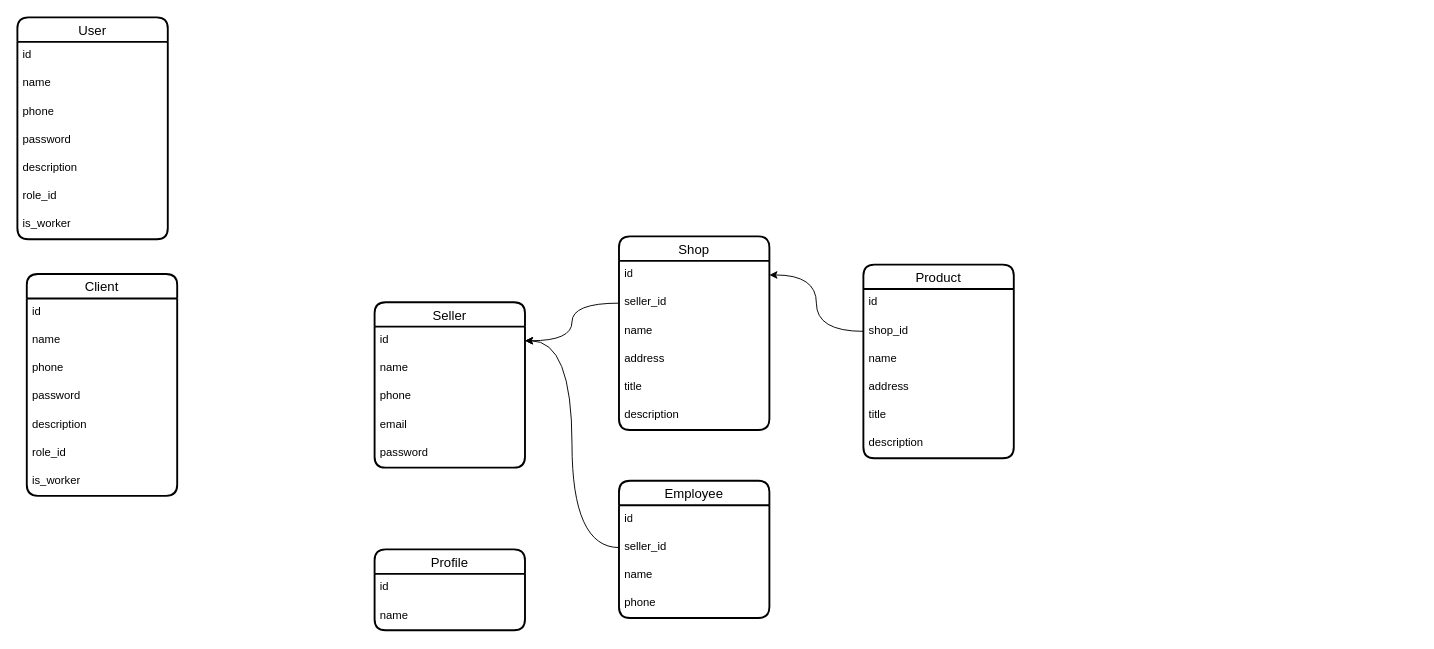
Earlier version of the draw.io diagram karsoft-e-commerce.drawio (iztileuoff/databases). Source tidied: cells renumbered, new cells numbered last; positions are measured from the earlier drawing's top-left corner, leaving out a move shared by most shapes. Both pictures are drawn from the tidied source at 94%, with x=0, y=0 at pixel (17, 17).
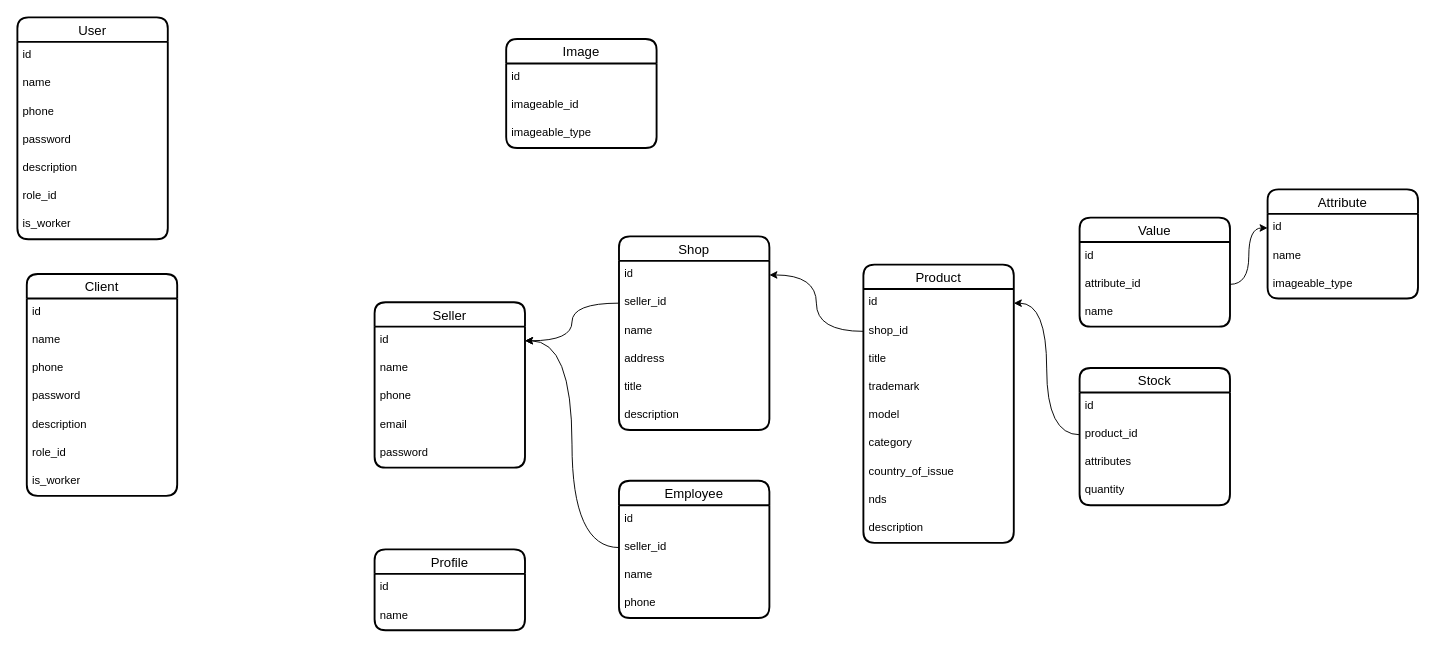
Above is the later version.

Unchanged cells that the change refers to:
```xml
<mxCell id="42" value="id" style="text;strokeColor=none;fillColor=none;spacingLeft=4;spacingRight=4;overflow=hidden;points=[[0,0.5],[1,0.5]];portConstraint=eastwest;fontSize=12;whiteSpace=wrap;html=1;" parent="41" vertex="1">
  <mxGeometry y="26" width="160" height="30" as="geometry" />
</mxCell>
```

Change to the diagram source:
```diff
@@
     <mxCell id="41" value="Product" style="swimlane;fontStyle=0;horizontal=1;startSize=26;align=center;fontSize=14;strokeWidth=2;rounded=1;shadow=0;glass=0;swimlaneLine=1;" parent="1" vertex="1">
-      <mxGeometry x="900" y="263" width="160" height="206" as="geometry" />
+      <mxGeometry x="900" y="263" width="160" height="296" as="geometry" />
     </mxCell>
@@
-    <mxCell id="44" value="name" style="text;strokeColor=none;fillColor=none;spacingLeft=4;spacingRight=4;overflow=hidden;fontSize=12;whiteSpace=wrap;html=1;" parent="41" vertex="1">
+    <mxCell id="44" value="title" style="text;strokeColor=none;fillColor=none;spacingLeft=4;spacingRight=4;overflow=hidden;fontSize=12;whiteSpace=wrap;html=1;" parent="41" vertex="1">
       <mxGeometry y="86" width="160" height="30" as="geometry" />
     </mxCell>
-    <mxCell id="45" value="address" style="text;strokeColor=none;fillColor=none;spacingLeft=4;spacingRight=4;overflow=hidden;fontSize=12;whiteSpace=wrap;html=1;" parent="41" vertex="1">
+    <mxCell id="45" value="trademark" style="text;strokeColor=none;fillColor=none;spacingLeft=4;spacingRight=4;overflow=hidden;fontSize=12;whiteSpace=wrap;html=1;" parent="41" vertex="1">
       <mxGeometry y="116" width="160" height="30" as="geometry" />
     </mxCell>
-    <mxCell id="46" value="title" style="text;strokeColor=none;fillColor=none;spacingLeft=4;spacingRight=4;overflow=hidden;fontSize=12;whiteSpace=wrap;html=1;" parent="41" vertex="1">
+    <mxCell id="46" value="model" style="text;strokeColor=none;fillColor=none;spacingLeft=4;spacingRight=4;overflow=hidden;fontSize=12;whiteSpace=wrap;html=1;" parent="41" vertex="1">
       <mxGeometry y="146" width="160" height="30" as="geometry" />
     </mxCell>
-    <mxCell id="47" value="description" style="text;strokeColor=none;fillColor=none;spacingLeft=4;spacingRight=4;overflow=hidden;fontSize=12;whiteSpace=wrap;html=1;" parent="41" vertex="1">
+    <mxCell id="47" value="category" style="text;strokeColor=none;fillColor=none;spacingLeft=4;spacingRight=4;overflow=hidden;fontSize=12;whiteSpace=wrap;html=1;" parent="41" vertex="1">
       <mxGeometry y="176" width="160" height="30" as="geometry" />
     </mxCell>
+    <mxCell id="49" value="country_of_issue" style="text;strokeColor=none;fillColor=none;spacingLeft=4;spacingRight=4;overflow=hidden;fontSize=12;whiteSpace=wrap;html=1;" parent="41" vertex="1">
+      <mxGeometry y="206" width="160" height="30" as="geometry" />
+    </mxCell>
+    <mxCell id="50" value="nds" style="text;strokeColor=none;fillColor=none;spacingLeft=4;spacingRight=4;overflow=hidden;fontSize=12;whiteSpace=wrap;html=1;" parent="41" vertex="1">
+      <mxGeometry y="236" width="160" height="30" as="geometry" />
+    </mxCell>
+    <mxCell id="51" value="description" style="text;strokeColor=none;fillColor=none;spacingLeft=4;spacingRight=4;overflow=hidden;fontSize=12;whiteSpace=wrap;html=1;" parent="41" vertex="1">
+      <mxGeometry y="266" width="160" height="30" as="geometry" />
+    </mxCell>
@@
+    <mxCell id="52" value="Image" style="swimlane;fontStyle=0;horizontal=1;startSize=26;align=center;fontSize=14;strokeWidth=2;rounded=1;shadow=0;glass=0;swimlaneLine=1;" parent="1" vertex="1">
+      <mxGeometry x="520" y="23" width="160" height="116" as="geometry" />
+    </mxCell>
+    <mxCell id="53" value="id" style="text;strokeColor=none;fillColor=none;spacingLeft=4;spacingRight=4;overflow=hidden;fontSize=12;whiteSpace=wrap;html=1;" parent="52" vertex="1">
+      <mxGeometry y="26" width="160" height="30" as="geometry" />
+    </mxCell>
+    <mxCell id="54" value="imageable_id" style="text;strokeColor=none;fillColor=none;spacingLeft=4;spacingRight=4;overflow=hidden;fontSize=12;whiteSpace=wrap;html=1;" parent="52" vertex="1">
+      <mxGeometry y="56" width="160" height="30" as="geometry" />
+    </mxCell>
+    <mxCell id="55" value="imageable_type" style="text;strokeColor=none;fillColor=none;spacingLeft=4;spacingRight=4;overflow=hidden;fontSize=12;whiteSpace=wrap;html=1;" parent="52" vertex="1">
+      <mxGeometry y="86" width="160" height="30" as="geometry" />
+    </mxCell>
+    <mxCell id="56" value="Attribute" style="swimlane;fontStyle=0;horizontal=1;startSize=26;align=center;fontSize=14;strokeWidth=2;rounded=1;shadow=0;glass=0;swimlaneLine=1;" parent="1" vertex="1">
+      <mxGeometry x="1330" y="183" width="160" height="116" as="geometry" />
+    </mxCell>
+    <mxCell id="57" value="id" style="text;strokeColor=none;fillColor=none;spacingLeft=4;spacingRight=4;overflow=hidden;points=[[0,0.5],[1,0.5]];portConstraint=eastwest;fontSize=12;whiteSpace=wrap;html=1;" parent="56" vertex="1">
+      <mxGeometry y="26" width="160" height="30" as="geometry" />
+    </mxCell>
+    <mxCell id="58" value="name" style="text;strokeColor=none;fillColor=none;spacingLeft=4;spacingRight=4;overflow=hidden;fontSize=12;whiteSpace=wrap;html=1;" parent="56" vertex="1">
+      <mxGeometry y="56" width="160" height="30" as="geometry" />
+    </mxCell>
+    <mxCell id="59" value="imageable_type" style="text;strokeColor=none;fillColor=none;spacingLeft=4;spacingRight=4;overflow=hidden;fontSize=12;whiteSpace=wrap;html=1;" parent="56" vertex="1">
+      <mxGeometry y="86" width="160" height="30" as="geometry" />
+    </mxCell>
+    <mxCell id="60" value="Value" style="swimlane;fontStyle=0;horizontal=1;startSize=26;align=center;fontSize=14;strokeWidth=2;rounded=1;shadow=0;glass=0;swimlaneLine=1;" parent="1" vertex="1">
+      <mxGeometry x="1130" y="213" width="160" height="116" as="geometry" />
+    </mxCell>
+    <mxCell id="61" value="id" style="text;strokeColor=none;fillColor=none;spacingLeft=4;spacingRight=4;overflow=hidden;fontSize=12;whiteSpace=wrap;html=1;" parent="60" vertex="1">
+      <mxGeometry y="26" width="160" height="30" as="geometry" />
+    </mxCell>
+    <mxCell id="62" value="attribute_id" style="text;strokeColor=none;fillColor=none;spacingLeft=4;spacingRight=4;overflow=hidden;points=[[0,0.5],[1,0.5]];portConstraint=eastwest;fontSize=12;whiteSpace=wrap;html=1;" parent="60" vertex="1">
+      <mxGeometry y="56" width="160" height="30" as="geometry" />
+    </mxCell>
+    <mxCell id="63" value="name" style="text;strokeColor=none;fillColor=none;spacingLeft=4;spacingRight=4;overflow=hidden;fontSize=12;whiteSpace=wrap;html=1;" parent="60" vertex="1">
+      <mxGeometry y="86" width="160" height="30" as="geometry" />
+    </mxCell>
+    <mxCell id="64" style="edgeStyle=orthogonalEdgeStyle;rounded=0;jettySize=auto;html=1;entryX=0;entryY=0.5;entryDx=0;entryDy=0;curved=1;" parent="1" edge="1" source="62" target="57">
+      <mxGeometry relative="1" as="geometry" />
+    </mxCell>
+    <mxCell id="65" value="Stock" style="swimlane;fontStyle=0;horizontal=1;startSize=26;align=center;fontSize=14;strokeWidth=2;rounded=1;shadow=0;glass=0;swimlaneLine=1;" parent="1" vertex="1">
+      <mxGeometry x="1130" y="373" width="160" height="146" as="geometry" />
+    </mxCell>
+    <mxCell id="66" value="id" style="text;strokeColor=none;fillColor=none;spacingLeft=4;spacingRight=4;overflow=hidden;fontSize=12;whiteSpace=wrap;html=1;" parent="65" vertex="1">
+      <mxGeometry y="26" width="160" height="30" as="geometry" />
+    </mxCell>
+    <mxCell id="67" value="product_id" style="text;strokeColor=none;fillColor=none;spacingLeft=4;spacingRight=4;overflow=hidden;points=[[0,0.5],[1,0.5]];portConstraint=eastwest;fontSize=12;whiteSpace=wrap;html=1;" parent="65" vertex="1">
+      <mxGeometry y="56" width="160" height="30" as="geometry" />
+    </mxCell>
+    <mxCell id="68" value="attributes" style="text;strokeColor=none;fillColor=none;spacingLeft=4;spacingRight=4;overflow=hidden;fontSize=12;whiteSpace=wrap;html=1;" parent="65" vertex="1">
+      <mxGeometry y="86" width="160" height="30" as="geometry" />
+    </mxCell>
+    <mxCell id="69" value="quantity" style="text;strokeColor=none;fillColor=none;spacingLeft=4;spacingRight=4;overflow=hidden;fontSize=12;whiteSpace=wrap;html=1;" parent="65" vertex="1">
+      <mxGeometry y="116" width="160" height="30" as="geometry" />
+    </mxCell>
+    <mxCell id="70" style="edgeStyle=orthogonalEdgeStyle;rounded=0;jettySize=auto;html=1;entryX=1;entryY=0.5;entryDx=0;entryDy=0;curved=1;" parent="1" edge="1" source="67" target="42">
+      <mxGeometry relative="1" as="geometry" />
+    </mxCell>
```
